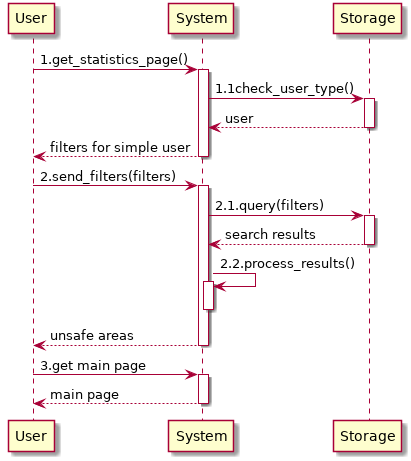
Before: RASD/images/useCases/information_mining.png, a diagram exported from PlantUML (GiorgioUghini/SafeStreets).
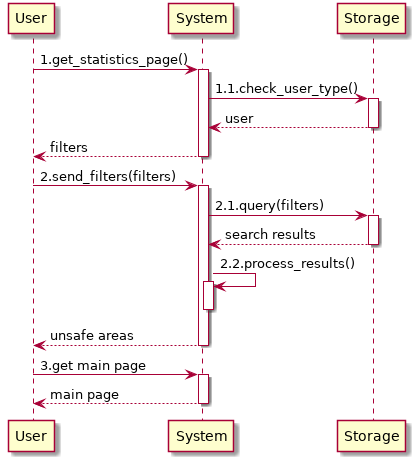
Above is the later version.

What changed in the source:
```diff
@@ -6,9 +6,9 @@
     autoactivate on
 
     U -> S: 1.get_statistics_page()
-    S -> ST: 1.1check_user_type()
+    S -> ST: 1.1.check_user_type()
     return user
-    return filters for simple user
+    return filters
     U -> S: 2.send_filters(filters)
     S -> ST: 2.1.query(filters)
     return search results
```
